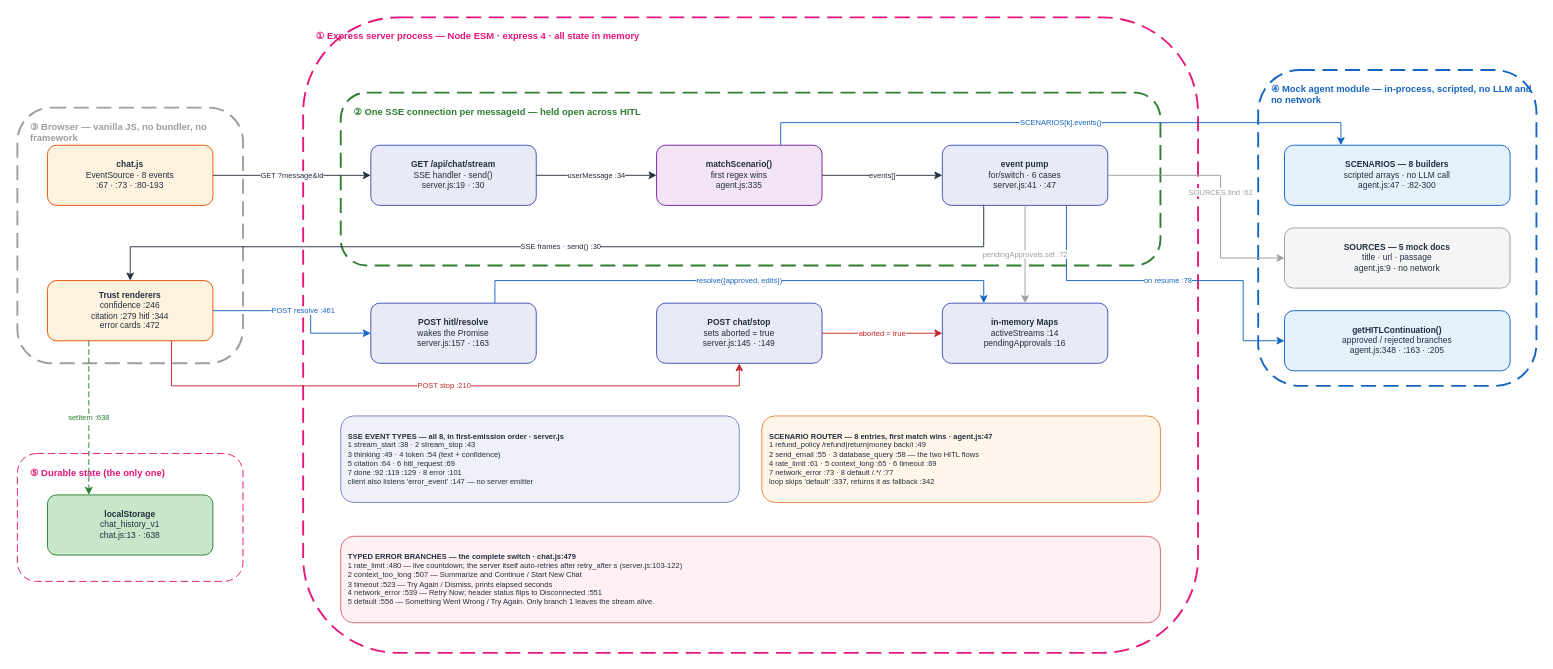
The draw.io diagram docs/diagrams/ai_ux_v1/HOA_AiUx_v1.drawio in gmaheshraju/Hands-on-AgenticAI, before the edit. Source tidied: cells renumbered, new cells numbered last; positions are measured from the earlier drawing's top-left corner, leaving out a move shared by most shapes. Both pictures are drawn from the tidied source at 94%, with x=0, y=0 at pixel (17, 17).
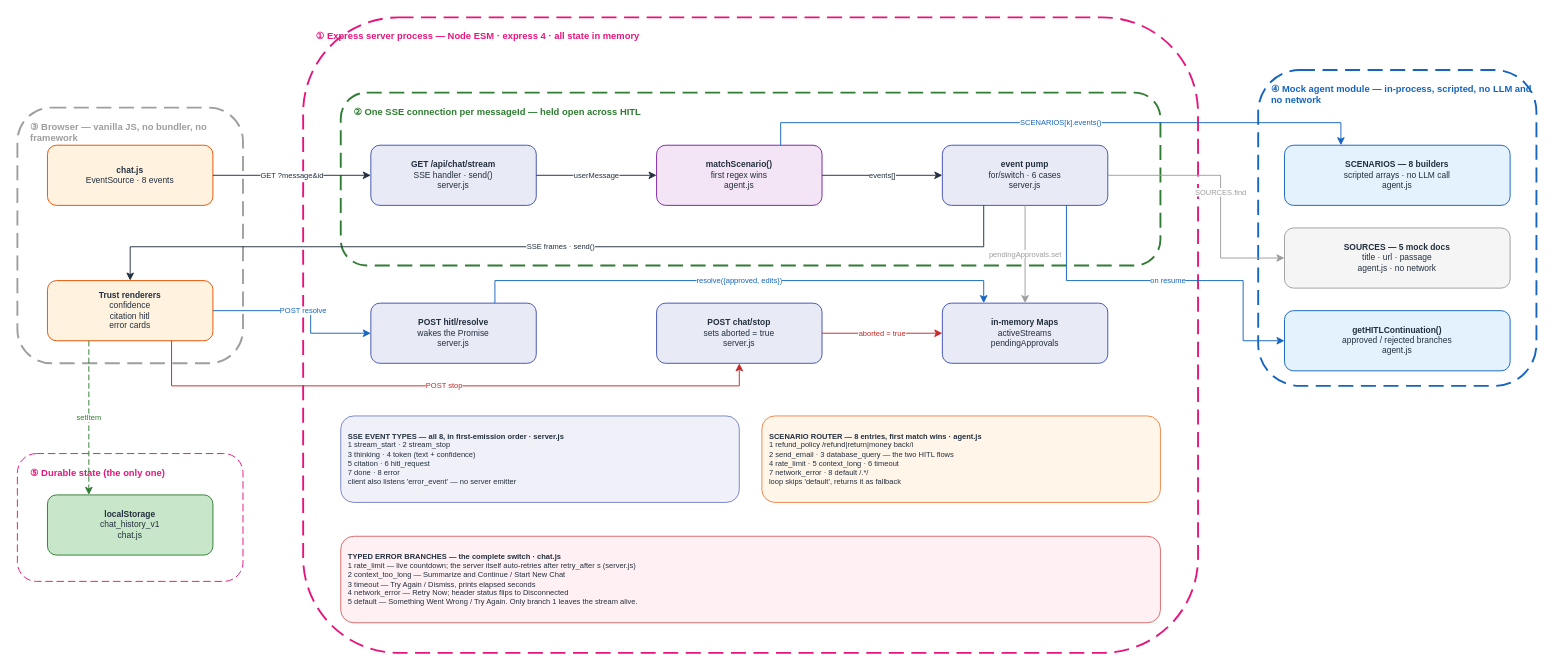
After the change.

Diff of the diagram source:
```diff
@@
-    <mxCell id="12" value="&lt;b&gt;chat.js&lt;/b&gt;&lt;br&gt;EventSource · 8 events&lt;br&gt;:67 · :73 · :80-193" style="rounded=1;fillColor=#FFF3E0;strokeColor=#E65100;fontSize=9;fontColor=#232F3E;html=1;whiteSpace=wrap;align=center;" parent="1" vertex="1">
+    <mxCell id="12" value="&lt;b&gt;chat.js&lt;/b&gt;&lt;br&gt;EventSource · 8 events&lt;br&gt;" style="rounded=1;fillColor=#FFF3E0;strokeColor=#E65100;fontSize=9;fontColor=#232F3E;html=1;whiteSpace=wrap;align=center;" parent="1" vertex="1">
       <mxGeometry x="32" y="136" width="176" height="64" as="geometry" />
     </mxCell>
-    <mxCell id="13" value="&lt;b&gt;Trust renderers&lt;/b&gt;&lt;br&gt;confidence :246&lt;br&gt;citation :279 hitl :344&lt;br&gt;error cards :472" style="rounded=1;fillColor=#FFF3E0;strokeColor=#E65100;fontSize=9;fontColor=#232F3E;html=1;whiteSpace=wrap;align=center;" parent="1" vertex="1">
+    <mxCell id="13" value="&lt;b&gt;Trust renderers&lt;/b&gt;&lt;br&gt;confidence&lt;br&gt;citation hitl&lt;br&gt;error cards" style="rounded=1;fillColor=#FFF3E0;strokeColor=#E65100;fontSize=9;fontColor=#232F3E;html=1;whiteSpace=wrap;align=center;" parent="1" vertex="1">
       <mxGeometry x="32" y="280" width="176" height="64" as="geometry" />
     </mxCell>
-    <mxCell id="14" value="&lt;b&gt;GET /api/chat/stream&lt;/b&gt;&lt;br&gt;SSE handler · send()&lt;br&gt;server.js:19 · :30" style="rounded=1;fillColor=#E8EAF6;strokeColor=#3F51B5;fontSize=9;fontColor=#232F3E;html=1;whiteSpace=wrap;align=center;" parent="1" vertex="1">
+    <mxCell id="14" value="&lt;b&gt;GET /api/chat/stream&lt;/b&gt;&lt;br&gt;SSE handler · send()&lt;br&gt;server.js" style="rounded=1;fillColor=#E8EAF6;strokeColor=#3F51B5;fontSize=9;fontColor=#232F3E;html=1;whiteSpace=wrap;align=center;" parent="1" vertex="1">
       <mxGeometry x="376" y="136" width="176" height="64" as="geometry" />
     </mxCell>
-    <mxCell id="15" value="&lt;b&gt;matchScenario()&lt;/b&gt;&lt;br&gt;first regex wins&lt;br&gt;agent.js:335" style="rounded=1;fillColor=#F3E5F5;strokeColor=#7B1FA2;fontSize=9;fontColor=#232F3E;html=1;whiteSpace=wrap;align=center;" parent="1" vertex="1">
+    <mxCell id="15" value="&lt;b&gt;matchScenario()&lt;/b&gt;&lt;br&gt;first regex wins&lt;br&gt;agent.js" style="rounded=1;fillColor=#F3E5F5;strokeColor=#7B1FA2;fontSize=9;fontColor=#232F3E;html=1;whiteSpace=wrap;align=center;" parent="1" vertex="1">
       <mxGeometry x="680" y="136" width="176" height="64" as="geometry" />
     </mxCell>
-    <mxCell id="16" value="&lt;b&gt;event pump&lt;/b&gt;&lt;br&gt;for/switch · 6 cases&lt;br&gt;server.js:41 · :47" style="rounded=1;fillColor=#E8EAF6;strokeColor=#3F51B5;fontSize=9;fontColor=#232F3E;html=1;whiteSpace=wrap;align=center;" parent="1" vertex="1">
+    <mxCell id="16" value="&lt;b&gt;event pump&lt;/b&gt;&lt;br&gt;for/switch · 6 cases&lt;br&gt;server.js" style="rounded=1;fillColor=#E8EAF6;strokeColor=#3F51B5;fontSize=9;fontColor=#232F3E;html=1;whiteSpace=wrap;align=center;" parent="1" vertex="1">
       <mxGeometry x="984" y="136" width="176" height="64" as="geometry" />
     </mxCell>
-    <mxCell id="17" value="&lt;b&gt;POST hitl/resolve&lt;/b&gt;&lt;br&gt;wakes the Promise&lt;br&gt;server.js:157 · :163" style="rounded=1;fillColor=#E8EAF6;strokeColor=#3F51B5;fontSize=9;fontColor=#232F3E;html=1;whiteSpace=wrap;align=center;" parent="1" vertex="1">
+    <mxCell id="17" value="&lt;b&gt;POST hitl/resolve&lt;/b&gt;&lt;br&gt;wakes the Promise&lt;br&gt;server.js" style="rounded=1;fillColor=#E8EAF6;strokeColor=#3F51B5;fontSize=9;fontColor=#232F3E;html=1;whiteSpace=wrap;align=center;" parent="1" vertex="1">
       <mxGeometry x="376" y="304" width="176" height="64" as="geometry" />
     </mxCell>
-    <mxCell id="18" value="&lt;b&gt;POST chat/stop&lt;/b&gt;&lt;br&gt;sets aborted = true&lt;br&gt;server.js:145 · :149" style="rounded=1;fillColor=#E8EAF6;strokeColor=#3F51B5;fontSize=9;fontColor=#232F3E;html=1;whiteSpace=wrap;align=center;" parent="1" vertex="1">
+    <mxCell id="18" value="&lt;b&gt;POST chat/stop&lt;/b&gt;&lt;br&gt;sets aborted = true&lt;br&gt;server.js" style="rounded=1;fillColor=#E8EAF6;strokeColor=#3F51B5;fontSize=9;fontColor=#232F3E;html=1;whiteSpace=wrap;align=center;" parent="1" vertex="1">
       <mxGeometry x="680" y="304" width="176" height="64" as="geometry" />
     </mxCell>
-    <mxCell id="19" value="&lt;b&gt;in-memory Maps&lt;/b&gt;&lt;br&gt;activeStreams :14&lt;br&gt;pendingApprovals :16" style="rounded=1;fillColor=#E8EAF6;strokeColor=#3F51B5;fontSize=9;fontColor=#232F3E;html=1;whiteSpace=wrap;align=center;" parent="1" vertex="1">
+    <mxCell id="19" value="&lt;b&gt;in-memory Maps&lt;/b&gt;&lt;br&gt;activeStreams&lt;br&gt;pendingApprovals" style="rounded=1;fillColor=#E8EAF6;strokeColor=#3F51B5;fontSize=9;fontColor=#232F3E;html=1;whiteSpace=wrap;align=center;" parent="1" vertex="1">
       <mxGeometry x="984" y="304" width="176" height="64" as="geometry" />
     </mxCell>
-    <mxCell id="20" value="&lt;b&gt;SCENARIOS — 8 builders&lt;/b&gt;&lt;br&gt;scripted arrays · no LLM call&lt;br&gt;agent.js:47 · :82-300" style="rounded=1;fillColor=#E3F2FD;strokeColor=#1565C0;fontSize=9;fontColor=#232F3E;html=1;whiteSpace=wrap;align=center;" parent="1" vertex="1">
+    <mxCell id="20" value="&lt;b&gt;SCENARIOS — 8 builders&lt;/b&gt;&lt;br&gt;scripted arrays · no LLM call&lt;br&gt;agent.js" style="rounded=1;fillColor=#E3F2FD;strokeColor=#1565C0;fontSize=9;fontColor=#232F3E;html=1;whiteSpace=wrap;align=center;" parent="1" vertex="1">
       <mxGeometry x="1348" y="136" width="240" height="64" as="geometry" />
     </mxCell>
-    <mxCell id="21" value="&lt;b&gt;SOURCES — 5 mock docs&lt;/b&gt;&lt;br&gt;title · url · passage&lt;br&gt;agent.js:9 · no network" style="rounded=1;fillColor=#F5F5F5;strokeColor=#9E9E9E;fontSize=9;fontColor=#232F3E;html=1;whiteSpace=wrap;align=center;" parent="1" vertex="1">
+    <mxCell id="21" value="&lt;b&gt;SOURCES — 5 mock docs&lt;/b&gt;&lt;br&gt;title · url · passage&lt;br&gt;agent.js · no network" style="rounded=1;fillColor=#F5F5F5;strokeColor=#9E9E9E;fontSize=9;fontColor=#232F3E;html=1;whiteSpace=wrap;align=center;" parent="1" vertex="1">
       <mxGeometry x="1348" y="224" width="240" height="64" as="geometry" />
     </mxCell>
-    <mxCell id="22" value="&lt;b&gt;getHITLContinuation()&lt;/b&gt;&lt;br&gt;approved / rejected branches&lt;br&gt;agent.js:348 · :163 · :205" style="rounded=1;fillColor=#E3F2FD;strokeColor=#1565C0;fontSize=9;fontColor=#232F3E;html=1;whiteSpace=wrap;align=center;" parent="1" vertex="1">
+    <mxCell id="22" value="&lt;b&gt;getHITLContinuation()&lt;/b&gt;&lt;br&gt;approved / rejected branches&lt;br&gt;agent.js" style="rounded=1;fillColor=#E3F2FD;strokeColor=#1565C0;fontSize=9;fontColor=#232F3E;html=1;whiteSpace=wrap;align=center;" parent="1" vertex="1">
       <mxGeometry x="1348" y="312" width="240" height="64" as="geometry" />
     </mxCell>
-    <mxCell id="23" value="&lt;b&gt;localStorage&lt;/b&gt;&lt;br&gt;chat_history_v1&lt;br&gt;chat.js:13 · :638" style="rounded=1;fillColor=#C8E6C9;strokeColor=#2E7D32;fontSize=9;fontColor=#232F3E;html=1;whiteSpace=wrap;align=center;" parent="1" vertex="1">
+    <mxCell id="23" value="&lt;b&gt;localStorage&lt;/b&gt;&lt;br&gt;chat_history_v1&lt;br&gt;chat.js" style="rounded=1;fillColor=#C8E6C9;strokeColor=#2E7D32;fontSize=9;fontColor=#232F3E;html=1;whiteSpace=wrap;align=center;" parent="1" vertex="1">
       <mxGeometry x="32" y="508" width="176" height="64" as="geometry" />
     </mxCell>
-    <mxCell id="24" value="&lt;b&gt;SSE EVENT TYPES — all 8, in first-emission order · server.js&lt;/b&gt;&lt;br&gt;1 stream_start :38 · 2 stream_stop :43&lt;br&gt;3 thinking :49 · 4 token :54 (text + confidence)&lt;br&gt;5 citation :64 · 6 hitl_request :69&lt;br&gt;7 done :92 :119 :129 · 8 error :101&lt;br&gt;client also listens 'error_event' :147 — no server emitter" style="rounded=1;fillColor=#E8EAF6;strokeColor=#3F51B5;fontSize=8;fontColor=#232F3E;html=1;whiteSpace=wrap;align=left;spacingLeft=6;opacity=70;" parent="1" vertex="1">
+    <mxCell id="24" value="&lt;b&gt;SSE EVENT TYPES — all 8, in first-emission order · server.js&lt;/b&gt;&lt;br&gt;1 stream_start · 2 stream_stop&lt;br&gt;3 thinking · 4 token (text + confidence)&lt;br&gt;5 citation · 6 hitl_request&lt;br&gt;7 done · 8 error&lt;br&gt;client also listens 'error_event' — no server emitter" style="rounded=1;fillColor=#E8EAF6;strokeColor=#3F51B5;fontSize=8;fontColor=#232F3E;html=1;whiteSpace=wrap;align=left;spacingLeft=6;opacity=70;" parent="1" vertex="1">
       <mxGeometry x="344" y="424" width="424" height="92" as="geometry" />
     </mxCell>
-    <mxCell id="25" value="&lt;b&gt;SCENARIO ROUTER — 8 entries, first match wins · agent.js:47&lt;/b&gt;&lt;br&gt;1 refund_policy /refund|return|money back/i :49&lt;br&gt;2 send_email :55 · 3 database_query :58 — the two HITL flows&lt;br&gt;4 rate_limit :61 · 5 context_long :65 · 6 timeout :69&lt;br&gt;7 network_error :73 · 8 default /.*/ :77&lt;br&gt;loop skips 'default' :337, returns it as fallback :342" style="rounded=1;fillColor=#FFF3E0;strokeColor=#E65100;fontSize=8;fontColor=#232F3E;html=1;whiteSpace=wrap;align=left;spacingLeft=6;opacity=70;" parent="1" vertex="1">
+    <mxCell id="25" value="&lt;b&gt;SCENARIO ROUTER — 8 entries, first match wins · agent.js&lt;/b&gt;&lt;br&gt;1 refund_policy /refund|return|money back/i&lt;br&gt;2 send_email · 3 database_query — the two HITL flows&lt;br&gt;4 rate_limit · 5 context_long · 6 timeout&lt;br&gt;7 network_error · 8 default /.*/&lt;br&gt;loop skips 'default', returns it as fallback" style="rounded=1;fillColor=#FFF3E0;strokeColor=#E65100;fontSize=8;fontColor=#232F3E;html=1;whiteSpace=wrap;align=left;spacingLeft=6;opacity=70;" parent="1" vertex="1">
       <mxGeometry x="792" y="424" width="424" height="92" as="geometry" />
     </mxCell>
-    <mxCell id="26" value="&lt;b&gt;TYPED ERROR BRANCHES — the complete switch · chat.js:479&lt;/b&gt;&lt;br&gt;1 rate_limit :480 — live countdown; the server itself auto-retries after retry_after s (server.js:103-122)&lt;br&gt;2 context_too_long :507 — Summarize and Continue / Start New Chat&lt;br&gt;3 timeout :523 — Try Again / Dismiss, prints elapsed seconds&lt;br&gt;4 network_error :539 — Retry Now; header status flips to Disconnected :551&lt;br&gt;5 default :556 — Something Went Wrong / Try Again. Only branch 1 leaves the stream alive." style="rounded=1;fillColor=#FFEBEE;strokeColor=#C62828;fontSize=8;fontColor=#232F3E;html=1;whiteSpace=wrap;align=left;spacingLeft=6;opacity=70;" parent="1" vertex="1">
+    <mxCell id="26" value="&lt;b&gt;TYPED ERROR BRANCHES — the complete switch · chat.js&lt;/b&gt;&lt;br&gt;1 rate_limit — live countdown; the server itself auto-retries after retry_after s (server.js)&lt;br&gt;2 context_too_long — Summarize and Continue / Start New Chat&lt;br&gt;3 timeout — Try Again / Dismiss, prints elapsed seconds&lt;br&gt;4 network_error — Retry Now; header status flips to Disconnected&lt;br&gt;5 default — Something Went Wrong / Try Again. Only branch 1 leaves the stream alive." style="rounded=1;fillColor=#FFEBEE;strokeColor=#C62828;fontSize=8;fontColor=#232F3E;html=1;whiteSpace=wrap;align=left;spacingLeft=6;opacity=70;" parent="1" vertex="1">
       <mxGeometry x="344" y="552" width="872" height="92" as="geometry" />
     </mxCell>
@@
-    <mxCell id="28" value="userMessage :34" style="edgeStyle=orthogonalEdgeStyle;rounded=0;html=1;strokeColor=#232F3E;fontColor=#232F3E;fontSize=8;exitX=1;exitY=0.5;exitDx=0;exitDy=0;entryX=0;entryY=0.5;entryDx=0;entryDy=0;" parent="1" edge="1" source="14" target="15">
+    <mxCell id="28" value="userMessage" style="edgeStyle=orthogonalEdgeStyle;rounded=0;html=1;strokeColor=#232F3E;fontColor=#232F3E;fontSize=8;exitX=1;exitY=0.5;exitDx=0;exitDy=0;entryX=0;entryY=0.5;entryDx=0;entryDy=0;" parent="1" edge="1" source="14" target="15">
       <mxGeometry relative="1" as="geometry" />
     </mxCell>
@@
-    <mxCell id="31" value="SOURCES.find :62" style="edgeStyle=orthogonalEdgeStyle;rounded=0;html=1;strokeColor=#9E9E9E;fontColor=#9E9E9E;fontSize=8;exitX=1;exitY=0.5;exitDx=0;exitDy=0;entryX=0;entryY=0.5;entryDx=0;entryDy=0;" parent="1" edge="1" source="16" target="21">
+    <mxCell id="31" value="SOURCES.find" style="edgeStyle=orthogonalEdgeStyle;rounded=0;html=1;strokeColor=#9E9E9E;fontColor=#9E9E9E;fontSize=8;exitX=1;exitY=0.5;exitDx=0;exitDy=0;entryX=0;entryY=0.5;entryDx=0;entryDy=0;" parent="1" edge="1" source="16" target="21">
       <mxGeometry relative="1" as="geometry">
         <Array as="points">
           <mxPoint x="1280" y="168" />
           <mxPoint x="1280" y="256" />
         </Array>
       </mxGeometry>
     </mxCell>
-    <mxCell id="32" value="on resume :78" style="edgeStyle=orthogonalEdgeStyle;rounded=0;html=1;strokeColor=#1565C0;fontColor=#1565C0;fontSize=8;exitX=0.75;exitY=1;exitDx=0;exitDy=0;entryX=0;entryY=0.5;entryDx=0;entryDy=0;" parent="1" edge="1" source="16" target="22">
+    <mxCell id="32" value="on resume" style="edgeStyle=orthogonalEdgeStyle;rounded=0;html=1;strokeColor=#1565C0;fontColor=#1565C0;fontSize=8;exitX=0.75;exitY=1;exitDx=0;exitDy=0;entryX=0;entryY=0.5;entryDx=0;entryDy=0;" parent="1" edge="1" source="16" target="22">
       <mxGeometry relative="1" as="geometry">
         <Array as="points">
           <mxPoint x="1116" y="280" />
           <mxPoint x="1304" y="280" />
           <mxPoint x="1304" y="344" />
         </Array>
       </mxGeometry>
     </mxCell>
-    <mxCell id="33" value="SSE frames · send() :30" style="edgeStyle=orthogonalEdgeStyle;rounded=0;html=1;strokeColor=#232F3E;fontColor=#232F3E;fontSize=8;exitX=0.25;exitY=1;exitDx=0;exitDy=0;entryX=0.5;entryY=0;entryDx=0;entryDy=0;" parent="1" edge="1" source="16" target="13">
+    <mxCell id="33" value="SSE frames · send()" style="edgeStyle=orthogonalEdgeStyle;rounded=0;html=1;strokeColor=#232F3E;fontColor=#232F3E;fontSize=8;exitX=0.25;exitY=1;exitDx=0;exitDy=0;entryX=0.5;entryY=0;entryDx=0;entryDy=0;" parent="1" edge="1" source="16" target="13">
       <mxGeometry relative="1" as="geometry">
         <Array as="points">
           <mxPoint x="1028" y="244" />
           <mxPoint x="120" y="244" />
         </Array>
       </mxGeometry>
     </mxCell>
-    <mxCell id="34" value="pendingApprovals.set :72" style="edgeStyle=orthogonalEdgeStyle;rounded=0;html=1;strokeColor=#9E9E9E;fontColor=#9E9E9E;fontSize=8;exitX=0.5;exitY=1;exitDx=0;exitDy=0;entryX=0.5;entryY=0;entryDx=0;entryDy=0;" parent="1" edge="1" source="16" target="19">
+    <mxCell id="34" value="pendingApprovals.set" style="edgeStyle=orthogonalEdgeStyle;rounded=0;html=1;strokeColor=#9E9E9E;fontColor=#9E9E9E;fontSize=8;exitX=0.5;exitY=1;exitDx=0;exitDy=0;entryX=0.5;entryY=0;entryDx=0;entryDy=0;" parent="1" edge="1" source="16" target="19">
       <mxGeometry relative="1" as="geometry" />
     </mxCell>
-    <mxCell id="35" value="POST resolve :461" style="edgeStyle=orthogonalEdgeStyle;rounded=0;html=1;strokeColor=#1565C0;fontColor=#1565C0;fontSize=8;exitX=1;exitY=0.5;exitDx=0;exitDy=0;entryX=0;entryY=0.5;entryDx=0;entryDy=0;" parent="1" edge="1" source="13" target="17">
+    <mxCell id="35" value="POST resolve" style="edgeStyle=orthogonalEdgeStyle;rounded=0;html=1;strokeColor=#1565C0;fontColor=#1565C0;fontSize=8;exitX=1;exitY=0.5;exitDx=0;exitDy=0;entryX=0;entryY=0.5;entryDx=0;entryDy=0;" parent="1" edge="1" source="13" target="17">
       <mxGeometry relative="1" as="geometry">
         <Array as="points">
           <mxPoint x="312" y="312" />
           <mxPoint x="312" y="336" />
         </Array>
       </mxGeometry>
     </mxCell>
@@
-    <mxCell id="37" value="POST stop :210" style="edgeStyle=orthogonalEdgeStyle;rounded=0;html=1;strokeColor=#C62828;fontColor=#C62828;fontSize=8;exitX=0.75;exitY=1;exitDx=0;exitDy=0;entryX=0.5;entryY=1;entryDx=0;entryDy=0;" parent="1" edge="1" source="13" target="18">
+    <mxCell id="37" value="POST stop" style="edgeStyle=orthogonalEdgeStyle;rounded=0;html=1;strokeColor=#C62828;fontColor=#C62828;fontSize=8;exitX=0.75;exitY=1;exitDx=0;exitDy=0;entryX=0.5;entryY=1;entryDx=0;entryDy=0;" parent="1" edge="1" source="13" target="18">
       <mxGeometry relative="1" as="geometry">
         <Array as="points">
           <mxPoint x="164" y="392" />
           <mxPoint x="768" y="392" />
         </Array>
       </mxGeometry>
     </mxCell>
@@
-    <mxCell id="39" value="setItem :638" style="edgeStyle=orthogonalEdgeStyle;rounded=0;html=1;strokeColor=#2E7D32;fontColor=#2E7D32;fontSize=8;exitX=0.25;exitY=1;exitDx=0;exitDy=0;entryX=0.25;entryY=0;entryDx=0;entryDy=0;dashed=1;dashPattern=6 3;" parent="1" edge="1" source="13" target="23">
+    <mxCell id="39" value="setItem" style="edgeStyle=orthogonalEdgeStyle;rounded=0;html=1;strokeColor=#2E7D32;fontColor=#2E7D32;fontSize=8;exitX=0.25;exitY=1;exitDx=0;exitDy=0;entryX=0.25;entryY=0;entryDx=0;entryDy=0;dashed=1;dashPattern=6 3;" parent="1" edge="1" source="13" target="23">
       <mxGeometry relative="1" as="geometry" />
     </mxCell>
```
